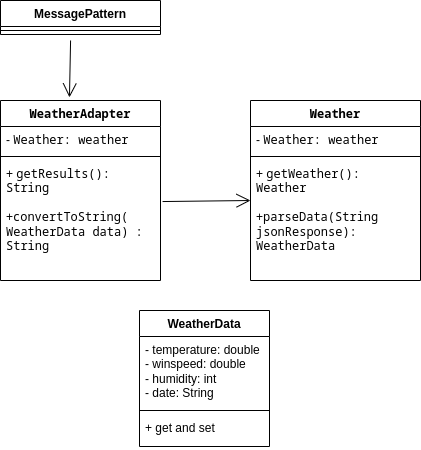
Before: Rapport/Adaptater.png, a diagram exported from draw.io (adesbx/Eliza-GPT). Source tidied: cells renumbered, new cells last; positions are measured from the earlier drawing's top-left corner, leaving out a move shared by most shapes.
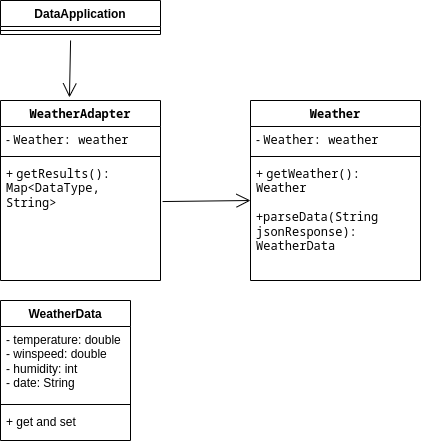
The same diagram one commit later.

Commit message:
Adaptateur Changes to be committed: 	modified:   Rapport/Adaptater.drawio 	modified:   Rapport/Adaptater.png 	modified:   Rapport/Rapport.md

What changed in the source:
```diff
@@ -11,7 +11,7 @@
     <mxCell id="4" style="line;strokeWidth=1;fillColor=none;align=left;verticalAlign=middle;spacingTop=-1;spacingLeft=3;spacingRight=3;labelPosition=right;strokeColor=inherit;" parent="2" vertex="1">
       <mxGeometry y="52" width="160" height="8" as="geometry" />
     </mxCell>
-    <mxCell id="5" value="&lt;div&gt;+ &lt;code&gt; &lt;span class=&quot;hljs-title.function&quot;&gt;getResults&lt;/span&gt;&lt;span class=&quot;hljs-params&quot;&gt;(): String&lt;/span&gt;&lt;/code&gt;&lt;/div&gt;&lt;div&gt;&lt;code&gt;&lt;span class=&quot;hljs-params&quot;&gt;&lt;br&gt;&lt;/span&gt;&lt;/code&gt;&lt;/div&gt;&lt;div&gt;&lt;code&gt;&lt;span class=&quot;hljs-params&quot;&gt;&lt;/span&gt;&lt;/code&gt;+&lt;code&gt;&lt;span class=&quot;hljs-title.function&quot;&gt;convertToString&lt;/span&gt;&lt;span class=&quot;hljs-params&quot;&gt;&lt;span class=&quot;hljs-params&quot;&gt;(&lt;/span&gt;&lt;span class=&quot;hljs-params&quot;&gt; WeatherData data) : String&lt;/span&gt;&lt;/span&gt;&lt;span class=&quot;&quot;&gt;&lt;/span&gt;&lt;/code&gt;&lt;/div&gt;" style="text;strokeColor=none;fillColor=none;align=left;verticalAlign=top;spacingLeft=4;spacingRight=4;overflow=hidden;points=[[0,0.5],[1,0.5]];portConstraint=eastwest;whiteSpace=wrap;html=1;" parent="2" vertex="1">
+    <mxCell id="5" value="&lt;div&gt;+ &lt;code&gt; &lt;span class=&quot;hljs-title.function&quot;&gt;getResults&lt;/span&gt;&lt;span class=&quot;hljs-params&quot;&gt;():&lt;/span&gt;&lt;/code&gt;&lt;/div&gt;&lt;div&gt;&lt;code&gt;&lt;span class=&quot;hljs-params&quot;&gt;Map&amp;lt;DataType, String&amp;gt;&lt;br&gt;&lt;/span&gt;&lt;/code&gt;&lt;/div&gt;" style="text;strokeColor=none;fillColor=none;align=left;verticalAlign=top;spacingLeft=4;spacingRight=4;overflow=hidden;points=[[0,0.5],[1,0.5]];portConstraint=eastwest;whiteSpace=wrap;html=1;" parent="2" vertex="1">
       <mxGeometry y="60" width="160" height="120" as="geometry" />
     </mxCell>
     <mxCell id="6" value="&lt;code&gt;&lt;span class=&quot;hljs-title.class&quot;&gt;Weather&lt;/span&gt;&lt;span class=&quot;&quot;&gt; &lt;/span&gt;&lt;/code&gt;" style="swimlane;fontStyle=1;align=center;verticalAlign=top;horizontal=1;startSize=26;whiteSpace=wrap;html=1;" parent="1" vertex="1">
@@ -32,18 +32,18 @@
       </mxGeometry>
     </mxCell>
     <mxCell id="11" value="WeatherData" style="swimlane;fontStyle=1;align=center;verticalAlign=top;horizontal=1;startSize=26;whiteSpace=wrap;html=1;" parent="1" vertex="1">
-      <mxGeometry x="139" y="310" width="130" height="136" as="geometry" />
+      <mxGeometry y="300" width="130" height="140" as="geometry" />
     </mxCell>
     <mxCell id="12" value="&lt;div&gt;- temperature: double&lt;/div&gt;&lt;div&gt;- winspeed: double&lt;br&gt;&lt;/div&gt;&lt;div&gt;- humidity: int&lt;br&gt;&lt;/div&gt;&lt;div&gt;- date: String&lt;br&gt;&lt;/div&gt;" style="text;strokeColor=none;fillColor=none;align=left;verticalAlign=top;spacingLeft=4;spacingRight=4;overflow=hidden;whiteSpace=wrap;html=1;" parent="11" vertex="1">
-      <mxGeometry y="26" width="130" height="70" as="geometry" />
+      <mxGeometry y="26" width="130" height="74" as="geometry" />
     </mxCell>
     <mxCell id="13" style="line;strokeWidth=1;fillColor=none;align=left;verticalAlign=middle;spacingTop=-1;spacingLeft=3;spacingRight=3;labelPosition=right;strokeColor=inherit;" parent="11" vertex="1">
-      <mxGeometry y="96" width="130" height="8" as="geometry" />
+      <mxGeometry y="100" width="130" height="8" as="geometry" />
     </mxCell>
     <mxCell id="14" value="+ get and set" style="text;strokeColor=none;fillColor=none;align=left;verticalAlign=top;spacingLeft=4;spacingRight=4;overflow=hidden;whiteSpace=wrap;html=1;" parent="11" vertex="1">
-      <mxGeometry y="104" width="130" height="32" as="geometry" />
+      <mxGeometry y="108" width="130" height="32" as="geometry" />
     </mxCell>
-    <mxCell id="15" value="MessagePattern" style="swimlane;fontStyle=1;align=center;verticalAlign=top;horizontal=1;startSize=26;whiteSpace=wrap;html=1;" parent="1" vertex="1">
+    <mxCell id="15" value="DataApplication" style="swimlane;fontStyle=1;align=center;verticalAlign=top;horizontal=1;startSize=26;whiteSpace=wrap;html=1;" parent="1" vertex="1">
       <mxGeometry width="160" height="34" as="geometry" />
     </mxCell>
     <mxCell id="16" style="line;strokeWidth=1;fillColor=none;align=left;verticalAlign=middle;spacingTop=-1;spacingLeft=3;spacingRight=3;labelPosition=right;points=[];portConstraint=eastwest;strokeColor=inherit;" parent="15" vertex="1">
```
